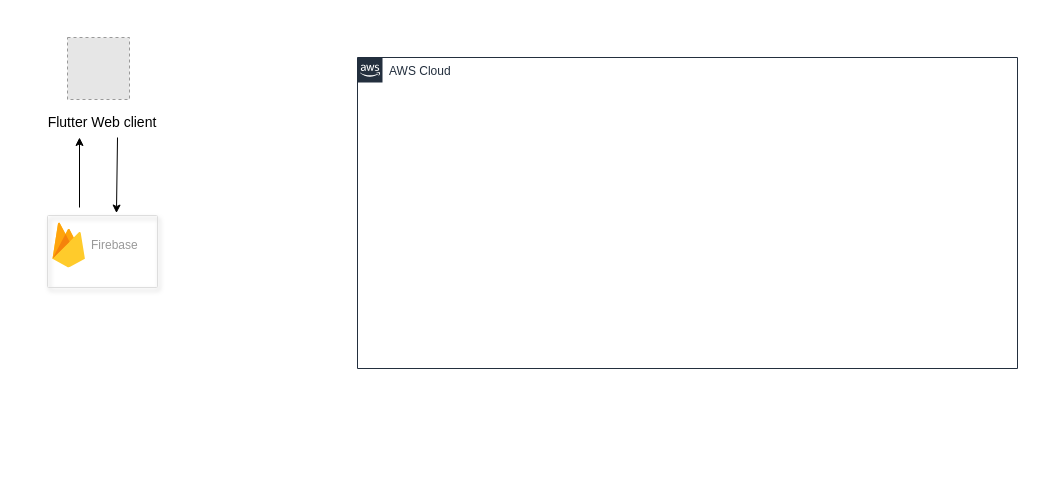
The draw.io diagram Untitled Diagram.drawio in nsakenov/kafka_speed_check, before the edit. Source tidied: cells renumbered, new cells numbered last; positions are measured from the earlier drawing's top-left corner, leaving out a move shared by most shapes. Both pictures are drawn from the tidied source at 100%, with x=0, y=0 at pixel (17, 37). Pictures stored in the file or linked from it are replaced by grey dashed boxes.
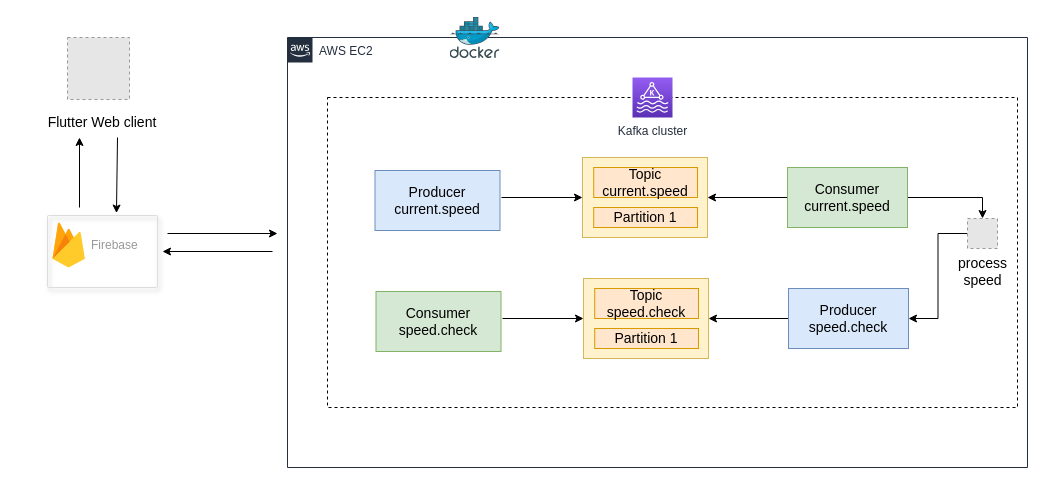
After the change.

What changed in the source:
```diff
@@
+    <mxCell id="9" style="edgeStyle=orthogonalEdgeStyle;rounded=0;orthogonalLoop=1;jettySize=auto;html=1;entryX=1;entryY=0.5;entryDx=0;entryDy=0;fontSize=14;" parent="1" edge="1">
+      <mxGeometry relative="1" as="geometry">
+        <mxPoint x="255" y="214" as="sourcePoint" />
+        <mxPoint x="145" y="214" as="targetPoint" />
+      </mxGeometry>
+    </mxCell>
-    <mxCell id="2" value="AWS Cloud" style="gradientColor=none;html=1;whiteSpace=wrap;fontSize=12;fontStyle=0;shape=mxgraph.aws4.group;grIcon=mxgraph.aws4.group_aws_cloud_alt;strokeColor=#232F3E;fillColor=none;verticalAlign=top;align=left;spacingLeft=30;fontColor=#232F3E;dashed=0;labelBackgroundColor=#ffffff;" parent="1" vertex="1">
-      <mxGeometry x="340" y="20" width="660" height="311" as="geometry" />
+    <mxCell id="2" value="AWS EC2" style="gradientColor=none;html=1;whiteSpace=wrap;fontSize=12;fontStyle=0;shape=mxgraph.aws4.group;grIcon=mxgraph.aws4.group_aws_cloud_alt;strokeColor=#232F3E;fillColor=none;verticalAlign=top;align=left;spacingLeft=30;fontColor=#232F3E;dashed=0;labelBackgroundColor=#ffffff;" parent="1" vertex="1">
+      <mxGeometry x="270" width="740" height="430" as="geometry" />
     </mxCell>
@@
+    <mxCell id="10" style="sketch=0;html=1;align=center;image;fontSize=12;image=img/lib/mscae/Docker.svg;dashed=1;fillColor=none;" parent="1" vertex="1">
+      <mxGeometry x="432.5" y="-20" width="50" height="41" as="geometry" />
+    </mxCell>
+    <mxCell id="11" style="rounded=0;whiteSpace=wrap;html=1;fontSize=14;fillColor=#dae8fc;strokeColor=#6c8ebf;" parent="1" vertex="1">
+      <mxGeometry x="357.5" y="133" width="125" height="60" as="geometry" />
+    </mxCell>
+    <mxCell id="12" value="Producer&lt;br&gt;current.speed" style="text;html=1;strokeColor=none;fillColor=none;align=center;verticalAlign=middle;whiteSpace=wrap;rounded=0;fontSize=14;" parent="1" vertex="1">
+      <mxGeometry x="390" y="148" width="60" height="30" as="geometry" />
+    </mxCell>
+    <mxCell id="13" style="rounded=0;whiteSpace=wrap;html=1;fontSize=14;fillColor=#fff2cc;strokeColor=#d6b656;" parent="1" vertex="1">
+      <mxGeometry x="565" y="120" width="125" height="80" as="geometry" />
+    </mxCell>
+    <mxCell id="14" value="Topic current.speed" style="rounded=0;whiteSpace=wrap;html=1;fontSize=14;fillColor=#ffe6cc;strokeColor=#d79b00;" parent="1" vertex="1">
+      <mxGeometry x="576.2" y="130" width="103.8" height="30" as="geometry" />
+    </mxCell>
+    <mxCell id="15" value="Partition 1" style="rounded=0;whiteSpace=wrap;html=1;fontSize=14;fillColor=#ffe6cc;strokeColor=#d79b00;" parent="1" vertex="1">
+      <mxGeometry x="576.2" y="170" width="103.8" height="20" as="geometry" />
+    </mxCell>
+    <mxCell id="16" style="endArrow=classic;html=1;rounded=0;fontSize=14;entryX=0;entryY=0.5;entryDx=0;entryDy=0;" parent="1" edge="1">
+      <mxGeometry relative="1" as="geometry">
+        <mxPoint x="484" y="160" as="sourcePoint" />
+        <mxPoint x="565" y="160" as="targetPoint" />
+      </mxGeometry>
+    </mxCell>
+    <mxCell id="17" style="edgeStyle=orthogonalEdgeStyle;rounded=0;jettySize=auto;html=1;exitX=0;exitY=0.5;exitDx=0;exitDy=0;fontSize=14;" parent="1" edge="1" source="19" target="13">
+      <mxGeometry relative="1" as="geometry" />
+    </mxCell>
+    <mxCell id="18" style="edgeStyle=orthogonalEdgeStyle;rounded=0;jettySize=auto;html=1;exitX=1;exitY=0.5;exitDx=0;exitDy=0;entryX=0.5;entryY=0;entryDx=0;entryDy=0;fontSize=14;" parent="1" edge="1" source="19" target="21">
+      <mxGeometry relative="1" as="geometry" />
+    </mxCell>
+    <mxCell id="19" value="Consumer&lt;br&gt;current.speed" style="rounded=0;whiteSpace=wrap;html=1;fontSize=14;fillColor=#d5e8d4;strokeColor=#82b366;" parent="1" vertex="1">
+      <mxGeometry x="770" y="130" width="120" height="60" as="geometry" />
+    </mxCell>
+    <mxCell id="20" style="edgeStyle=orthogonalEdgeStyle;rounded=0;jettySize=auto;html=1;entryX=1;entryY=0.5;entryDx=0;entryDy=0;fontSize=14;" parent="1" edge="1" source="21" target="29">
+      <mxGeometry relative="1" as="geometry" />
+    </mxCell>
+    <mxCell id="21" value="process&lt;br&gt;speed" style="fillColor=#E6E6E6;strokeColor=#999999;dashed=1;html=1;verticalAlign=top;verticalLabelPosition=bottom;labelBackgroundColor=#ffffff;fontSize=14;" parent="1" vertex="1">
+      <mxGeometry x="950" y="181" width="30" height="30" as="geometry" />
+    </mxCell>
+    <mxCell id="22" style="rounded=0;whiteSpace=wrap;html=1;fontSize=14;fillColor=#d5e8d4;strokeColor=#82b366;" parent="1" vertex="1">
+      <mxGeometry x="358.5" y="254" width="125" height="60" as="geometry" />
+    </mxCell>
+    <mxCell id="23" value="Consumer&lt;br&gt;speed.check" style="text;html=1;strokeColor=none;fillColor=none;align=center;verticalAlign=middle;whiteSpace=wrap;rounded=0;fontSize=14;" parent="1" vertex="1">
+      <mxGeometry x="391" y="269" width="60" height="30" as="geometry" />
+    </mxCell>
+    <mxCell id="24" style="rounded=0;whiteSpace=wrap;html=1;fontSize=14;fillColor=#fff2cc;strokeColor=#d6b656;" parent="1" vertex="1">
+      <mxGeometry x="566" y="241" width="125" height="80" as="geometry" />
+    </mxCell>
+    <mxCell id="25" value="Topic&lt;br&gt;speed.check" style="rounded=0;whiteSpace=wrap;html=1;fontSize=14;fillColor=#ffe6cc;strokeColor=#d79b00;" parent="1" vertex="1">
+      <mxGeometry x="577.2" y="251" width="103.8" height="30" as="geometry" />
+    </mxCell>
+    <mxCell id="26" value="Partition 1" style="rounded=0;whiteSpace=wrap;html=1;fontSize=14;fillColor=#ffe6cc;strokeColor=#d79b00;" parent="1" vertex="1">
+      <mxGeometry x="577.2" y="291" width="103.8" height="20" as="geometry" />
+    </mxCell>
+    <mxCell id="27" style="endArrow=classic;html=1;rounded=0;fontSize=14;entryX=0;entryY=0.5;entryDx=0;entryDy=0;" parent="1" edge="1">
+      <mxGeometry relative="1" as="geometry">
+        <mxPoint x="485" y="281" as="sourcePoint" />
+        <mxPoint x="566" y="281" as="targetPoint" />
+      </mxGeometry>
+    </mxCell>
+    <mxCell id="28" style="edgeStyle=orthogonalEdgeStyle;rounded=0;jettySize=auto;html=1;exitX=0;exitY=0.5;exitDx=0;exitDy=0;fontSize=14;" parent="1" edge="1" source="29" target="24">
+      <mxGeometry relative="1" as="geometry" />
+    </mxCell>
+    <mxCell id="29" value="Producer&lt;br&gt;speed.check" style="rounded=0;whiteSpace=wrap;html=1;fontSize=14;fillColor=#dae8fc;strokeColor=#6c8ebf;" parent="1" vertex="1">
+      <mxGeometry x="771" y="251" width="120" height="60" as="geometry" />
+    </mxCell>
+    <mxCell id="30" style="rounded=0;whiteSpace=wrap;html=1;fontSize=14;fillColor=none;dashed=1;" parent="1" vertex="1">
+      <mxGeometry x="310" y="60" width="690" height="310" as="geometry" />
+    </mxCell>
+    <mxCell id="31" value="Kafka cluster" style="sketch=0;fontColor=#232F3E;gradientColor=#945DF2;gradientDirection=north;fillColor=#5A30B5;strokeColor=#ffffff;dashed=0;verticalLabelPosition=bottom;verticalAlign=top;align=center;html=1;fontSize=12;fontStyle=0;shape=mxgraph.aws4.resourceIcon;resIcon=mxgraph.aws4.managed_streaming_for_kafka;" parent="1" vertex="1">
+      <mxGeometry x="615" y="40" width="40" height="40" as="geometry" />
+    </mxCell>
+    <mxCell id="32" style="endArrow=classic;html=1;rounded=0;fontSize=14;" parent="1" edge="1">
+      <mxGeometry relative="1" as="geometry">
+        <mxPoint x="150" y="196" as="sourcePoint" />
+        <mxPoint x="260" y="196" as="targetPoint" />
+      </mxGeometry>
+    </mxCell>
```
